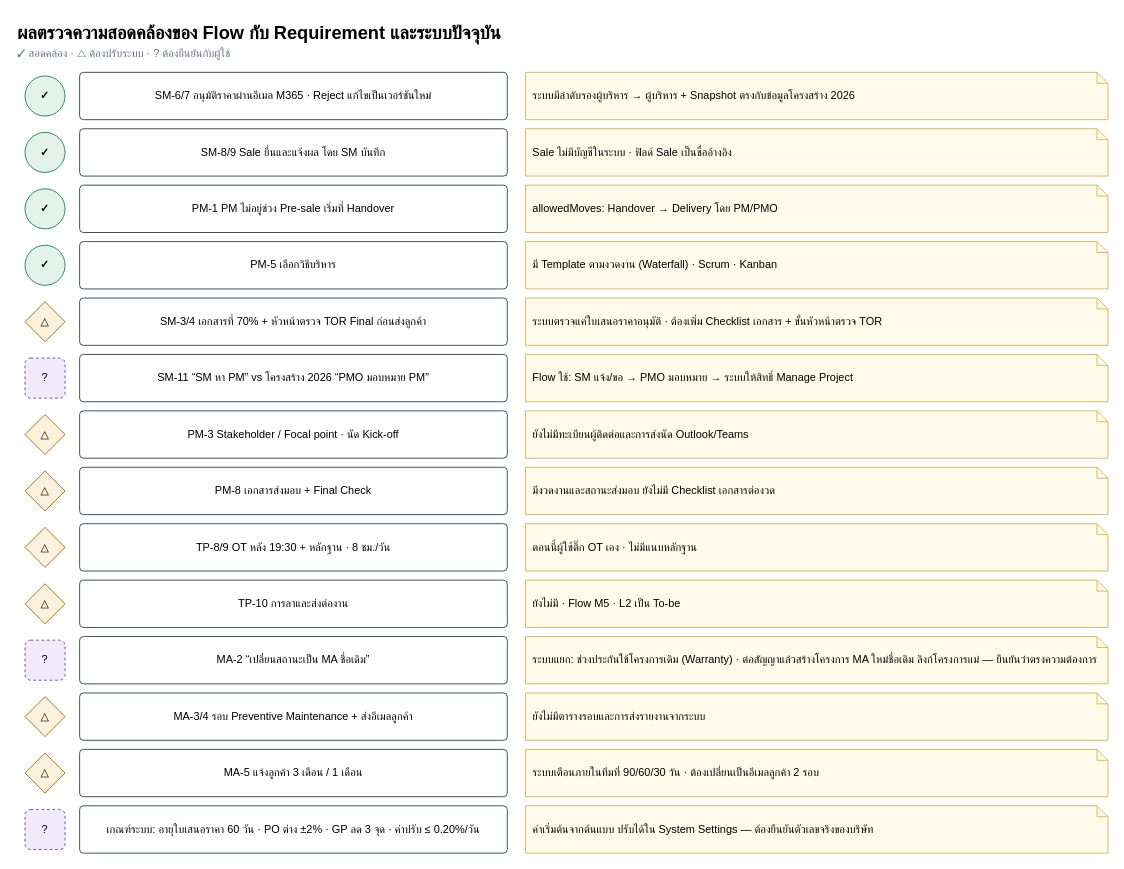
Before: page "ตรวจสอบความสอดคล้อง" (31 of 31) of salesflow/docs/diagrams/one-platform-flows.drawio in Ruttanachote/Ai, a draw.io diagram. Source tidied: cells renumbered, new cells numbered last; positions are measured from the earlier drawing's top-left corner, leaving out a move shared by most shapes. Both pictures are drawn from the tidied source at 91%, with x=0, y=0 at pixel (15, 15).
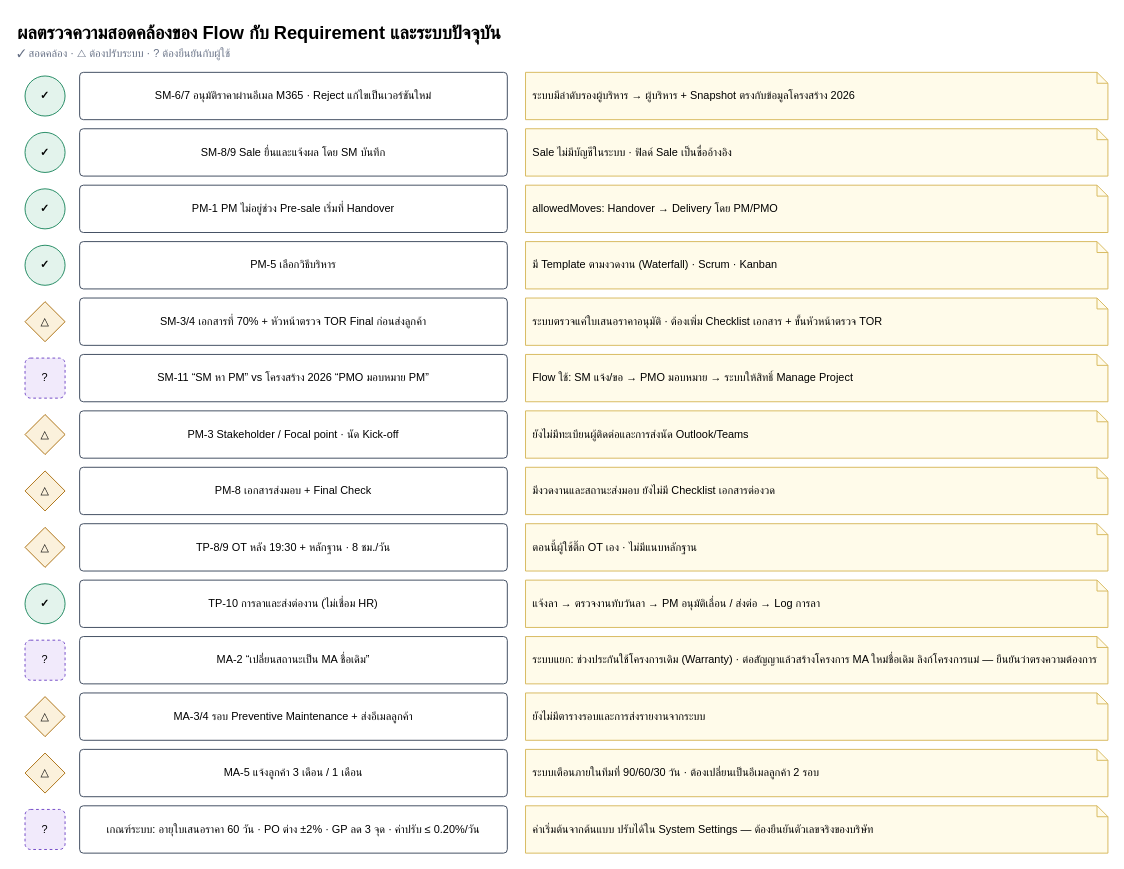
The same diagram, later.

What changed in the source:
```diff
@@
-    <mxCell id="31" value="△" style="rhombus;whiteSpace=wrap;html=1;fillColor=#FBF1DC;strokeColor=#A86A08;fontFamily=Prompt;" parent="1" vertex="1">
+    <mxCell id="31" value="✓" style="ellipse;whiteSpace=wrap;html=1;fillColor=#E3F3EC;strokeColor=#17845A;fontStyle=1;fontFamily=Prompt;" parent="1" vertex="1">
       <mxGeometry x="10" y="624" width="44" height="44" as="geometry" />
     </mxCell>
-    <mxCell id="32" value="TP-10 การลาและส่งต่องาน" style="rounded=1;whiteSpace=wrap;html=1;fillColor=#FFFFFF;strokeColor=#334055;arcSize=8;fontFamily=Prompt;" parent="1" vertex="1">
+    <mxCell id="32" value="TP-10 การลาและส่งต่องาน (ไม่เชื่อม HR)" style="rounded=1;whiteSpace=wrap;html=1;fillColor=#FFFFFF;strokeColor=#334055;arcSize=8;fontFamily=Prompt;" parent="1" vertex="1">
       <mxGeometry x="70" y="620" width="470" height="52" as="geometry" />
     </mxCell>
-    <mxCell id="33" value="ยังไม่มี · Flow M5 · L2 เป็น To-be" style="shape=note;whiteSpace=wrap;html=1;fillColor=#FFFBEA;strokeColor=#D6B656;size=12;align=left;spacingLeft=6;fontFamily=Prompt;" parent="1" vertex="1">
+    <mxCell id="33" value="แจ้งลา → ตรวจงานทับวันลา → PM อนุมัติเลื่อน / ส่งต่อ → Log การลา" style="shape=note;whiteSpace=wrap;html=1;fillColor=#FFFBEA;strokeColor=#D6B656;size=12;align=left;spacingLeft=6;fontFamily=Prompt;" parent="1" vertex="1">
       <mxGeometry x="560" y="620" width="640" height="52" as="geometry" />
     </mxCell>
```
